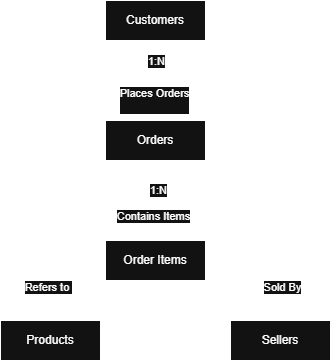
Earlier version of the draw.io export docs/diagrams/conceptual-erd.drawio.png (neeleshksingh/Ecommerce-Sales-Analytics). Source tidied: cells renumbered, new cells last; positions are measured from the earlier drawing's top-left corner, leaving out a move shared by most shapes.
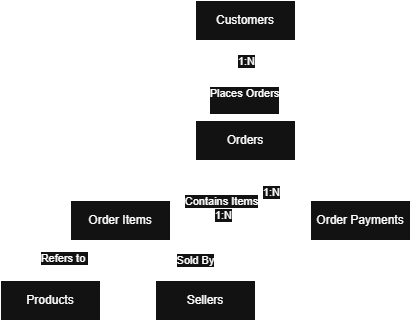
After the change.

The edit, as a diff of the source:
```diff
@@ -16,15 +16,29 @@
     <mxCell id="5" value="Customers" style="whiteSpace=wrap;html=1;align=center;" parent="1" vertex="1">
       <mxGeometry x="105" width="100" height="40" as="geometry" />
     </mxCell>
-    <mxCell id="6" style="edgeStyle=orthogonalEdgeStyle;rounded=0;jettySize=auto;html=1;" parent="1" edge="1" source="9" target="14">
-      <mxGeometry relative="1" as="geometry" />
+    <mxCell id="6" style="edgeStyle=orthogonalEdgeStyle;rounded=0;orthogonalLoop=1;jettySize=auto;html=1;" parent="1" edge="1">
+      <mxGeometry relative="1" as="geometry">
+        <mxPoint x="130" y="170" as="sourcePoint" />
+        <mxPoint x="70" y="230" as="targetPoint" />
+        <Array as="points">
+          <mxPoint x="130" y="230" />
+        </Array>
+      </mxGeometry>
     </mxCell>
     <mxCell id="7" value="1:N" style="edgeLabel;html=1;align=center;verticalAlign=middle;" parent="6" vertex="1">
       <mxGeometry x="-0.28" y="2" relative="1" as="geometry" />
     </mxCell>
     <mxCell id="8" value="Contains Items" style="edgeLabel;html=1;align=center;verticalAlign=middle;" parent="6" vertex="1">
-      <mxGeometry x="0.38" y="-3" relative="1" as="geometry" />
+      <mxGeometry x="0.38" y="-3" relative="1" as="geometry">
+        <mxPoint x="23" y="-27" as="offset" />
+      </mxGeometry>
     </mxCell>
+    <mxCell id="17" style="edgeStyle=orthogonalEdgeStyle;rounded=0;jettySize=auto;html=1;exitX=0.75;exitY=1;exitDx=0;exitDy=0;entryX=0;entryY=0.5;entryDx=0;entryDy=0;" parent="1" edge="1" source="9" target="19">
+      <mxGeometry relative="1" as="geometry" />
+    </mxCell>
+    <mxCell id="18" value="1:N" style="edgeLabel;html=1;align=center;verticalAlign=middle;" parent="17" vertex="1">
+      <mxGeometry x="-0.37" relative="1" as="geometry" />
+    </mxCell>
     <mxCell id="9" value="Orders" style="whiteSpace=wrap;html=1;align=center;" parent="1" vertex="1">
       <mxGeometry x="105" y="120" width="100" height="40" as="geometry" />
     </mxCell>
@@ -41,13 +55,16 @@
       <mxGeometry x="0.5" y="1" relative="1" as="geometry" />
     </mxCell>
     <mxCell id="14" value="Order Items" style="whiteSpace=wrap;html=1;align=center;" parent="1" vertex="1">
-      <mxGeometry x="105" y="240" width="100" height="40" as="geometry" />
+      <mxGeometry x="-20" y="200" width="100" height="40" as="geometry" />
     </mxCell>
     <mxCell id="15" value="Products" style="whiteSpace=wrap;html=1;align=center;" parent="1" vertex="1">
-      <mxGeometry y="320" width="100" height="40" as="geometry" />
+      <mxGeometry x="-90" y="280" width="100" height="40" as="geometry" />
     </mxCell>
     <mxCell id="16" value="Sellers" style="whiteSpace=wrap;html=1;align=center;" parent="1" vertex="1">
-      <mxGeometry x="230" y="320" width="100" height="40" as="geometry" />
+      <mxGeometry x="65" y="280" width="100" height="40" as="geometry" />
     </mxCell>
+    <mxCell id="19" value="Order Payments" style="whiteSpace=wrap;html=1;align=center;" parent="1" vertex="1">
+      <mxGeometry x="220" y="200" width="100" height="40" as="geometry" />
+    </mxCell>
   </root>
 </mxGraphModel>
```
